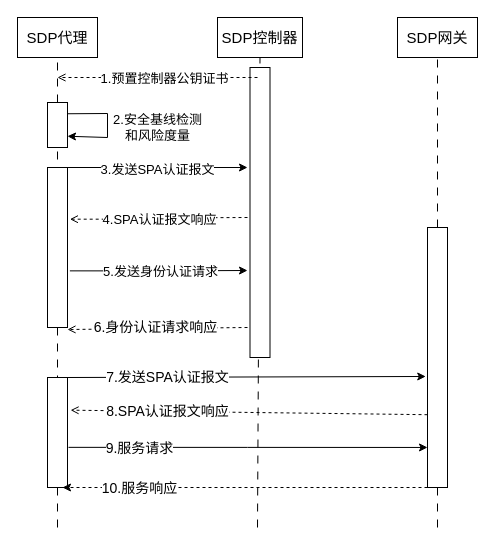
Above: testDirectory/安全接入流程.drawio in Moose1273/- (draw.io), before the change. Source tidied: cells renumbered, new cells numbered last; positions are measured from the earlier drawing's top-left corner, leaving out a move shared by most shapes. Both pictures are drawn from the tidied source at 100%, with x=0, y=0 at pixel (17, 17).
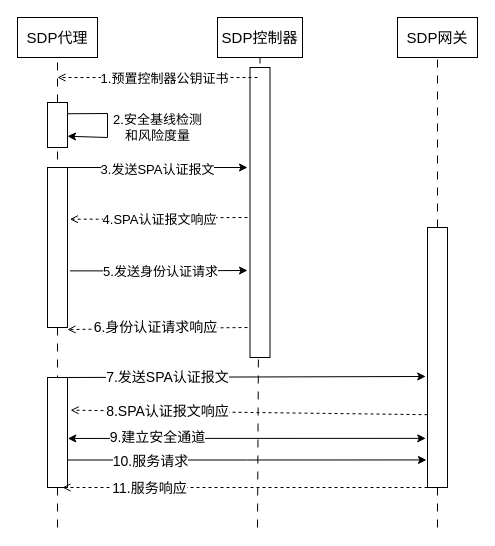
The same page after the edit.

Commit message (it also covers changes not shown here):
更新安全接入流程.drawio

Unchanged cells that the change refers to:
```xml
<mxCell id="25" style="rounded=0;whiteSpace=wrap;html=1;" parent="1" vertex="1">
  <mxGeometry x="410" y="210" width="20" height="260" as="geometry" />
</mxCell>
<mxCell id="30" style="rounded=0;whiteSpace=wrap;html=1;" parent="1" vertex="1">
  <mxGeometry x="30" y="360" width="20" height="110" as="geometry" />
</mxCell>
```

Diff of the diagram source:
```diff
@@
-    <mxCell id="28" style="edgeStyle=orthogonalEdgeStyle;rounded=0;jettySize=auto;html=1;exitX=1.05;exitY=0.635;exitDx=0;exitDy=0;entryX=0;entryY=0.846;entryDx=0;entryDy=0;entryPerimeter=0;exitPerimeter=0;" parent="1" edge="1" source="30" target="25">
+    <mxCell id="28" style="edgeStyle=orthogonalEdgeStyle;rounded=0;jettySize=auto;html=1;exitX=1;exitY=0.75;exitDx=0;exitDy=0;entryX=-0.053;entryY=0.894;entryDx=0;entryDy=0;entryPerimeter=0;" parent="1" edge="1" source="30" target="25">
       <mxGeometry relative="1" as="geometry" />
     </mxCell>
-    <mxCell id="29" value="&lt;font style=&quot;font-size: 14px;&quot;&gt;9.服务请求&lt;/font&gt;" style="edgeLabel;html=1;align=center;verticalAlign=middle;" parent="28" vertex="1">
+    <mxCell id="29" value="&lt;font style=&quot;font-size: 14px;&quot;&gt;10.服务请求&lt;/font&gt;" style="edgeLabel;html=1;align=center;verticalAlign=middle;" parent="28" vertex="1">
       <mxGeometry x="-0.69" y="-1" relative="1" as="geometry">
-        <mxPoint x="15" as="offset" />
+        <mxPoint x="26" as="offset" />
       </mxGeometry>
     </mxCell>
@@
-    <mxCell id="33" style="endArrow=classic;html=1;rounded=0;exitX=0;exitY=1;exitDx=0;exitDy=0;entryX=0.75;entryY=1;entryDx=0;entryDy=0;dashed=1;" parent="1" edge="1" source="25" target="30">
+    <mxCell id="33" style="endArrow=open;html=1;rounded=0;exitX=0;exitY=1;exitDx=0;exitDy=0;entryX=0.75;entryY=1;entryDx=0;entryDy=0;dashed=1;endFill=0;" parent="1" edge="1" source="25" target="30">
       <mxGeometry relative="1" as="geometry" />
     </mxCell>
-    <mxCell id="34" value="&lt;font style=&quot;font-size: 14px;&quot;&gt;10.服务响应&lt;/font&gt;" style="edgeLabel;html=1;align=center;verticalAlign=middle;" parent="33" vertex="1">
+    <mxCell id="34" value="&lt;font style=&quot;font-size: 14px;&quot;&gt;11.服务响应&lt;/font&gt;" style="edgeLabel;html=1;align=center;verticalAlign=middle;" parent="33" vertex="1">
       <mxGeometry x="0.74" y="-3" relative="1" as="geometry">
-        <mxPoint x="29" y="3" as="offset" />
+        <mxPoint x="39" y="3" as="offset" />
       </mxGeometry>
     </mxCell>
+    <mxCell id="35" style="endArrow=classic;startArrow=classic;html=1;rounded=0;entryX=-0.088;entryY=0.811;entryDx=0;entryDy=0;entryPerimeter=0;exitX=1.016;exitY=0.554;exitDx=0;exitDy=0;exitPerimeter=0;" parent="1" edge="1" source="30" target="25">
+      <mxGeometry relative="1" as="geometry" />
+    </mxCell>
+    <mxCell id="36" value="&lt;font style=&quot;font-size: 14px;&quot;&gt;9.建立安全通道&lt;/font&gt;" style="edgeLabel;html=1;align=center;verticalAlign=middle;" parent="35" vertex="1">
+      <mxGeometry x="-0.66" y="1" relative="1" as="geometry">
+        <mxPoint x="28" as="offset" />
+      </mxGeometry>
+    </mxCell>
```
